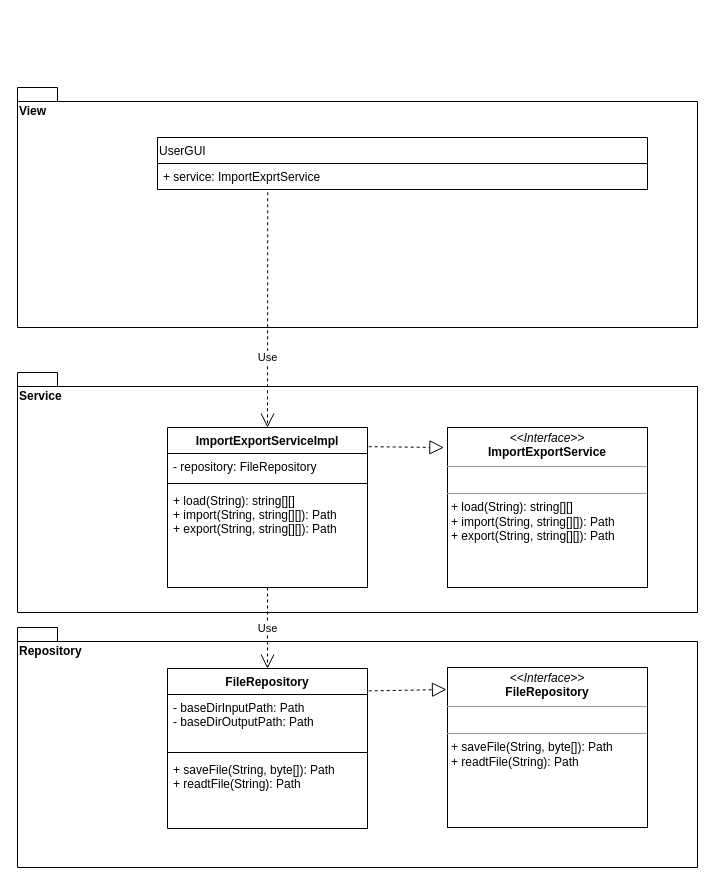
Earlier version of the draw.io diagram Programmierarbeit/doc/Architecture.drawio (olireg85/Listen-Tool). Source tidied: cells renumbered, new cells numbered last; positions are measured from the earlier drawing's top-left corner, leaving out a move shared by most shapes. Both pictures are drawn from the tidied source at 100%, with x=0, y=0 at pixel (17, 87).
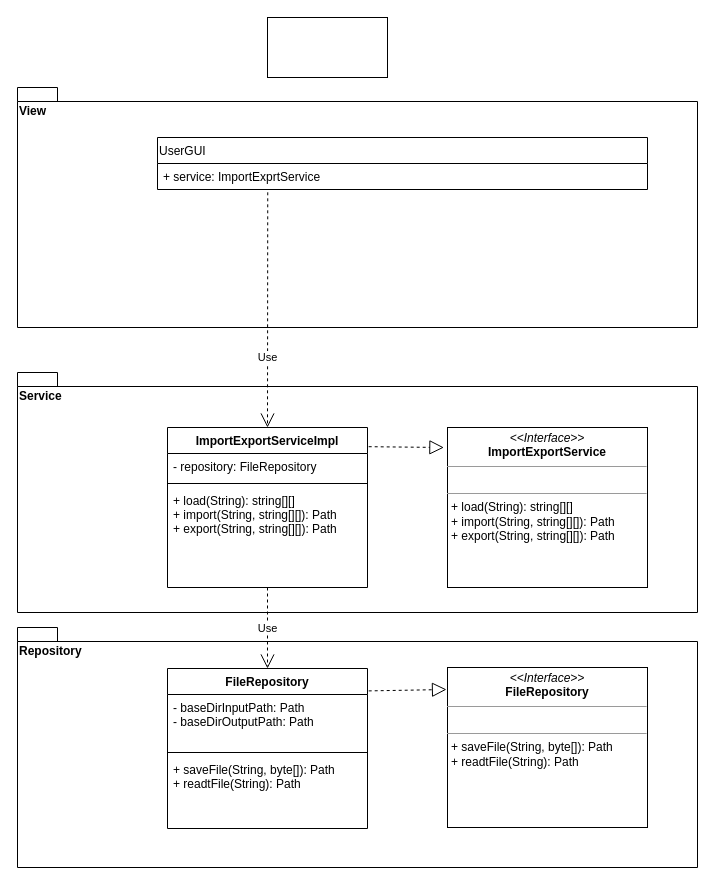
After the change.

Change to the diagram source:
```diff
@@
+    <mxCell id="21" style="rounded=0;whiteSpace=wrap;html=1;" parent="1" vertex="1">
+      <mxGeometry x="250" y="-70" width="120" height="60" as="geometry" />
+    </mxCell>
```
